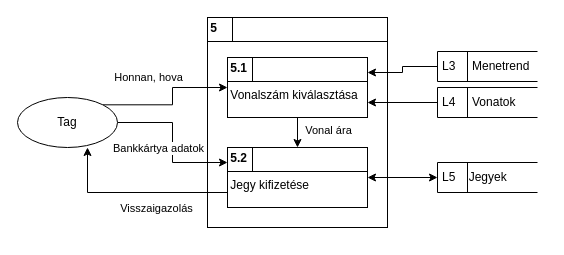
This is dokumentacio/logikai_fiziaki_adatfolyam/logikai_adatfolyam_jegyv.drawio from RevMarci/vasutmenetrend, a draw.io file, before an edit. Source tidied: cells renumbered, new cells numbered last; positions are measured from the earlier drawing's top-left corner, leaving out a move shared by most shapes. Both pictures are drawn from the tidied source at 100%, with x=0, y=0 at pixel (17, 17).
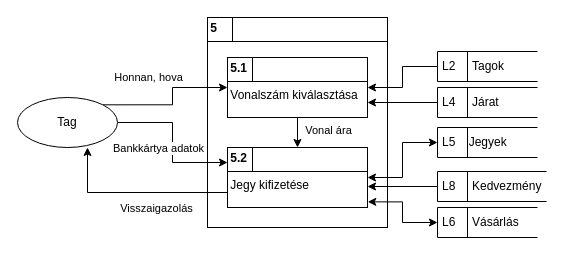
The same page after the edit.

The change refers to these unchanged cells:
```xml
<mxCell id="6" value="&lt;p style=&quot;margin: 4px 0px 0px;&quot;&gt;&lt;b&gt;&amp;nbsp;5.1&lt;/b&gt;&lt;/p&gt;&lt;hr size=&quot;1&quot; style=&quot;border-style:solid;&quot;&gt;&lt;div style=&quot;height:2px;&quot;&gt;&amp;nbsp;Vonalszám kiválasztása&lt;/div&gt;" style="verticalAlign=top;align=left;overflow=fill;html=1;whiteSpace=wrap;" parent="1" vertex="1">
  <mxGeometry x="210" y="40" width="140" height="60" as="geometry" />
</mxCell>
<mxCell id="8" value="&lt;p style=&quot;margin: 4px 0px 0px;&quot;&gt;&lt;b&gt;&amp;nbsp;5.2&lt;/b&gt;&lt;/p&gt;&lt;hr size=&quot;1&quot; style=&quot;border-style:solid;&quot;&gt;&lt;div style=&quot;height:2px;&quot;&gt;&amp;nbsp;Jegy kifizetése&lt;/div&gt;" style="verticalAlign=top;align=left;overflow=fill;html=1;whiteSpace=wrap;" parent="1" vertex="1">
  <mxGeometry x="210" y="130" width="140" height="60" as="geometry" />
</mxCell>
```

What changed in the source:
```diff
@@
-    <mxCell id="10" style="edgeStyle=orthogonalEdgeStyle;rounded=0;jettySize=auto;html=1;exitX=0;exitY=0.5;exitDx=0;exitDy=0;entryX=1;entryY=0.25;entryDx=0;entryDy=0;" parent="1" edge="1" source="11" target="6">
-      <mxGeometry relative="1" as="geometry" />
-    </mxCell>
-    <mxCell id="11" value="L3&amp;nbsp; &amp;nbsp; &amp;nbsp;Menetrend" style="html=1;dashed=0;whiteSpace=wrap;shape=mxgraph.dfd.dataStoreID;align=left;spacingLeft=3;points=[[0,0],[0.5,0],[1,0],[0,0.5],[1,0.5],[0,1],[0.5,1],[1,1]];" parent="1" vertex="1">
-      <mxGeometry x="420" y="34" width="100" height="30" as="geometry" />
-    </mxCell>
@@
-    <mxCell id="13" value="L4&amp;nbsp; &amp;nbsp; &amp;nbsp;Vonatok" style="html=1;dashed=0;whiteSpace=wrap;shape=mxgraph.dfd.dataStoreID;align=left;spacingLeft=3;points=[[0,0],[0.5,0],[1,0],[0,0.5],[1,0.5],[0,1],[0.5,1],[1,1]];" parent="1" vertex="1">
+    <mxCell id="13" value="L4&amp;nbsp; &amp;nbsp; &amp;nbsp;Járat" style="html=1;dashed=0;whiteSpace=wrap;shape=mxgraph.dfd.dataStoreID;align=left;spacingLeft=3;points=[[0,0],[0.5,0],[1,0],[0,0.5],[1,0.5],[0,1],[0.5,1],[1,1]];" parent="1" vertex="1">
       <mxGeometry x="420" y="70" width="100" height="30" as="geometry" />
     </mxCell>
@@
     <mxCell id="15" value="L5&amp;nbsp; &amp;nbsp; Jegyek" style="html=1;dashed=0;whiteSpace=wrap;shape=mxgraph.dfd.dataStoreID;align=left;spacingLeft=3;points=[[0,0],[0.5,0],[1,0],[0,0.5],[1,0.5],[0,1],[0.5,1],[1,1]];" parent="1" vertex="1">
-      <mxGeometry x="420" y="145" width="100" height="30" as="geometry" />
+      <mxGeometry x="420" y="110" width="100" height="30" as="geometry" />
     </mxCell>
@@
+    <mxCell id="23" style="edgeStyle=orthogonalEdgeStyle;rounded=0;jettySize=auto;html=1;" parent="1" edge="1" source="24" target="8">
+      <mxGeometry relative="1" as="geometry">
+        <Array as="points">
+          <mxPoint x="370" y="169" />
+          <mxPoint x="370" y="169" />
+        </Array>
+      </mxGeometry>
+    </mxCell>
+    <mxCell id="24" value="L8&amp;nbsp; &amp;nbsp; &amp;nbsp;Kedvezmény" style="html=1;dashed=0;whiteSpace=wrap;shape=mxgraph.dfd.dataStoreID;align=left;spacingLeft=3;points=[[0,0],[0.5,0],[1,0],[0,0.5],[1,0.5],[0,1],[0.5,1],[1,1]];" parent="1" vertex="1">
+      <mxGeometry x="420" y="154" width="109" height="30" as="geometry" />
+    </mxCell>
+    <mxCell id="25" style="edgeStyle=orthogonalEdgeStyle;rounded=0;jettySize=auto;html=1;entryX=1.002;entryY=0.906;entryDx=0;entryDy=0;entryPerimeter=0;startArrow=classic;startFill=1;" parent="1" edge="1" source="26" target="8">
+      <mxGeometry relative="1" as="geometry" />
+    </mxCell>
+    <mxCell id="26" value="L6&amp;nbsp; &amp;nbsp; &amp;nbsp;Vásárlás" style="html=1;dashed=0;whiteSpace=wrap;shape=mxgraph.dfd.dataStoreID;align=left;spacingLeft=3;points=[[0,0],[0.5,0],[1,0],[0,0.5],[1,0.5],[0,1],[0.5,1],[1,1]];" parent="1" vertex="1">
+      <mxGeometry x="420" y="190" width="100" height="30" as="geometry" />
+    </mxCell>
+    <mxCell id="27" style="edgeStyle=orthogonalEdgeStyle;rounded=0;jettySize=auto;html=1;" parent="1" edge="1" source="28" target="6">
+      <mxGeometry relative="1" as="geometry" />
+    </mxCell>
+    <mxCell id="28" value="L2&amp;nbsp; &amp;nbsp; &amp;nbsp;Tagok" style="html=1;dashed=0;whiteSpace=wrap;shape=mxgraph.dfd.dataStoreID;align=left;spacingLeft=3;points=[[0,0],[0.5,0],[1,0],[0,0.5],[1,0.5],[0,1],[0.5,1],[1,1]];" parent="1" vertex="1">
+      <mxGeometry x="420" y="34" width="100" height="30" as="geometry" />
+    </mxCell>
```
